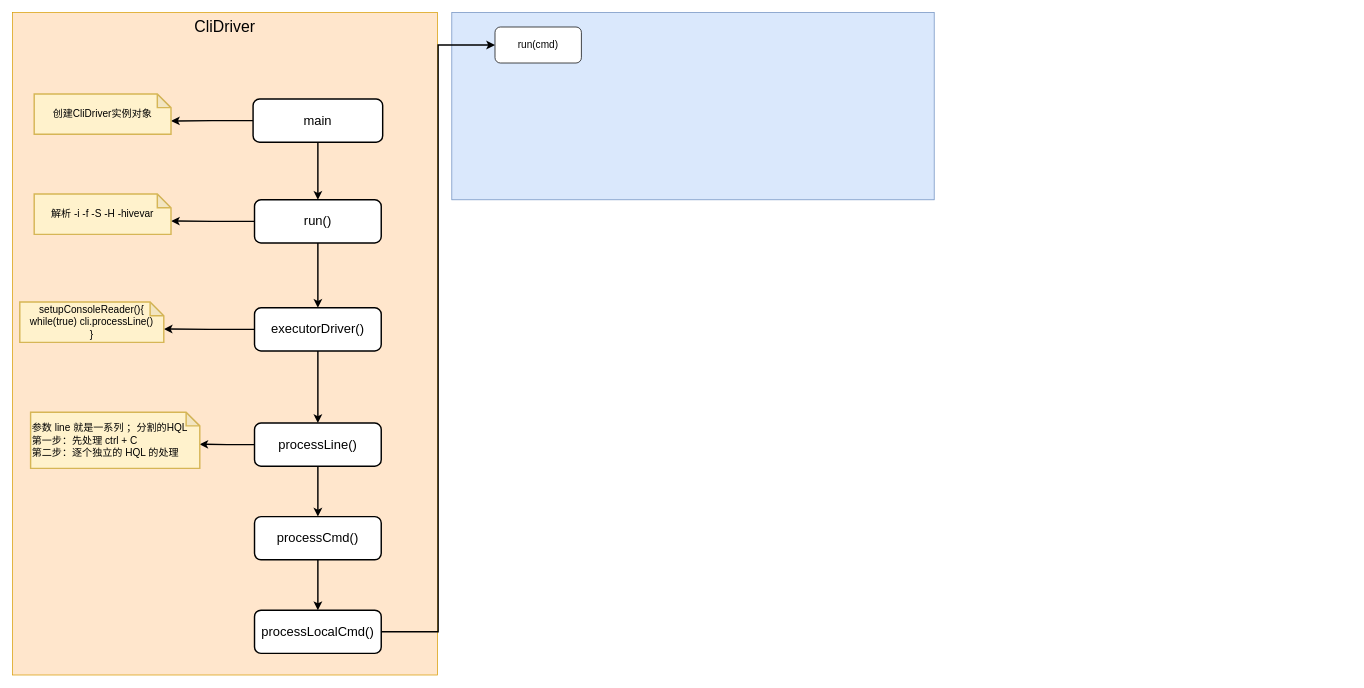
Above: Hive.drawio in starzy1990/diagrams (draw.io), before the change. Source tidied: cells renumbered, new cells numbered last; positions are measured from the earlier drawing's top-left corner, leaving out a move shared by most shapes. Both pictures are drawn from the tidied source at 72%, with x=0, y=0 at pixel (12, 12).
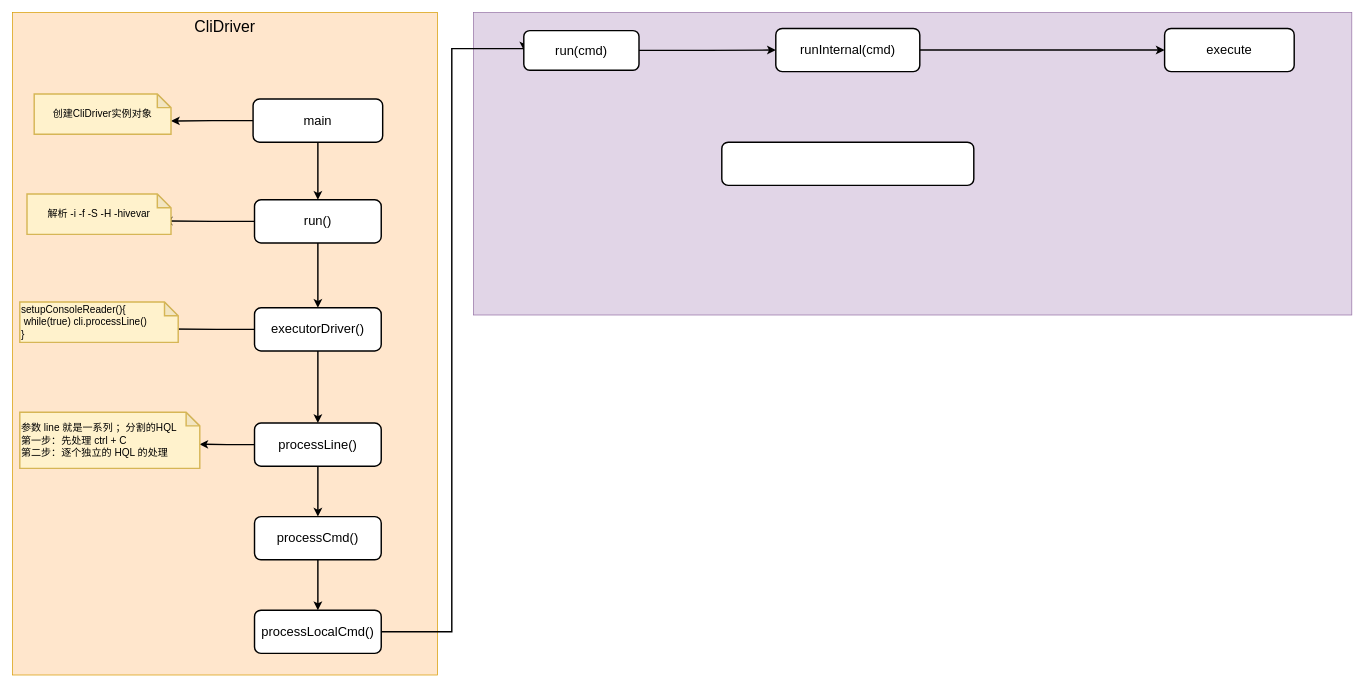
Above is the later version.

Unchanged cells that the change refers to:
```xml
<mxCell id="19" value="processLocalCmd()" style="rounded=1;whiteSpace=wrap;html=1;fontSize=18;strokeWidth=2;" parent="1" vertex="1">
  <mxGeometry x="336" y="830" width="176" height="60" as="geometry" />
</mxCell>
```

What changed in the source:
```diff
@@
-    <mxCell id="3" style="rounded=0;whiteSpace=wrap;html=1;fontSize=14;strokeWidth=1;fillColor=#dae8fc;strokeColor=#6c8ebf;" parent="1" vertex="1">
-      <mxGeometry x="610" width="670" height="260" as="geometry" />
+    <mxCell id="3" style="rounded=0;whiteSpace=wrap;html=1;fontSize=14;strokeWidth=1;fillColor=#e1d5e7;strokeColor=#9673a6;" parent="1" vertex="1">
+      <mxGeometry x="640" width="1220" height="420" as="geometry" />
     </mxCell>
@@
     <mxCell id="18" style="edgeStyle=orthogonalEdgeStyle;rounded=0;jettySize=auto;html=1;entryX=0;entryY=0.5;entryDx=0;entryDy=0;fontSize=14;strokeWidth=2;" parent="1" edge="1" source="19" target="24">
-      <mxGeometry relative="1" as="geometry" />
+      <mxGeometry relative="1" as="geometry">
+        <Array as="points">
+          <mxPoint x="610" y="860" />
+          <mxPoint x="610" y="50" />
+        </Array>
+      </mxGeometry>
     </mxCell>
@@
     <mxCell id="21" value="解析 -i -f -S -H -hivevar" style="shape=note;whiteSpace=wrap;html=1;backgroundOutline=1;darkOpacity=0.05;fontSize=14;strokeWidth=2;fillColor=#fff2cc;strokeColor=#d6b656;size=19;" parent="1" vertex="1">
-      <mxGeometry x="30" y="252" width="190" height="56" as="geometry" />
+      <mxGeometry x="20" y="252" width="200" height="56" as="geometry" />
     </mxCell>
-    <mxCell id="22" value="setupConsoleReader(){&lt;br&gt;while(true) cli.processLine()&lt;br&gt;}" style="shape=note;whiteSpace=wrap;html=1;backgroundOutline=1;darkOpacity=0.05;fontSize=14;strokeWidth=2;fillColor=#fff2cc;strokeColor=#d6b656;size=19;" parent="1" vertex="1">
-      <mxGeometry x="10" y="402" width="200" height="56" as="geometry" />
+    <mxCell id="22" value="setupConsoleReader(){&lt;br&gt;&lt;span style=&quot;white-space: pre&quot;&gt; &lt;/span&gt;while(true) cli.processLine()&lt;br&gt;}" style="shape=note;whiteSpace=wrap;html=1;backgroundOutline=1;darkOpacity=0.05;fontSize=14;strokeWidth=2;fillColor=#fff2cc;strokeColor=#d6b656;size=19;align=left;" parent="1" vertex="1">
+      <mxGeometry x="10" y="402" width="220" height="56" as="geometry" />
     </mxCell>
     <mxCell id="23" value="参数 line 就是一系列 ；分割的HQL&lt;br&gt;第一步：先处理 ctrl + C&lt;br&gt;第二步：逐个独立的 HQL 的处理" style="shape=note;whiteSpace=wrap;html=1;backgroundOutline=1;darkOpacity=0.05;fontSize=14;strokeWidth=2;fillColor=#fff2cc;strokeColor=#d6b656;size=19;align=left;" parent="1" vertex="1">
-      <mxGeometry x="25" y="555" width="235" height="78" as="geometry" />
+      <mxGeometry x="10" y="555" width="250" height="78" as="geometry" />
     </mxCell>
+    <mxCell id="25" style="edgeStyle=orthogonalEdgeStyle;rounded=0;jettySize=auto;html=1;entryX=0;entryY=0.5;entryDx=0;entryDy=0;fontSize=18;strokeWidth=2;" parent="1" edge="1" source="24" target="27">
+      <mxGeometry relative="1" as="geometry" />
+    </mxCell>
-    <mxCell id="24" value="run(cmd)" style="rounded=1;whiteSpace=wrap;html=1;fontSize=14;strokeWidth=1;" parent="1" vertex="1">
-      <mxGeometry x="670" y="20" width="120" height="50" as="geometry" />
+    <mxCell id="24" value="run(cmd)" style="rounded=1;whiteSpace=wrap;html=1;fontSize=18;strokeWidth=2;" parent="1" vertex="1">
+      <mxGeometry x="710" y="25" width="160" height="55" as="geometry" />
     </mxCell>
+    <mxCell id="26" style="edgeStyle=orthogonalEdgeStyle;rounded=0;jettySize=auto;html=1;entryX=0;entryY=0.5;entryDx=0;entryDy=0;fontSize=18;strokeWidth=2;" parent="1" edge="1" source="27" target="28">
+      <mxGeometry relative="1" as="geometry" />
+    </mxCell>
+    <mxCell id="27" value="runInternal(cmd)" style="rounded=1;whiteSpace=wrap;html=1;fontSize=18;strokeWidth=2;" parent="1" vertex="1">
+      <mxGeometry x="1060" y="22" width="200" height="60" as="geometry" />
+    </mxCell>
+    <mxCell id="28" value="execute" style="rounded=1;whiteSpace=wrap;html=1;fontSize=18;strokeWidth=2;" parent="1" vertex="1">
+      <mxGeometry x="1600" y="22" width="180" height="60" as="geometry" />
+    </mxCell>
+    <mxCell id="29" style="rounded=1;whiteSpace=wrap;html=1;fontSize=18;strokeWidth=2;" parent="1" vertex="1">
+      <mxGeometry x="985" y="180" width="350" height="60" as="geometry" />
+    </mxCell>
```
